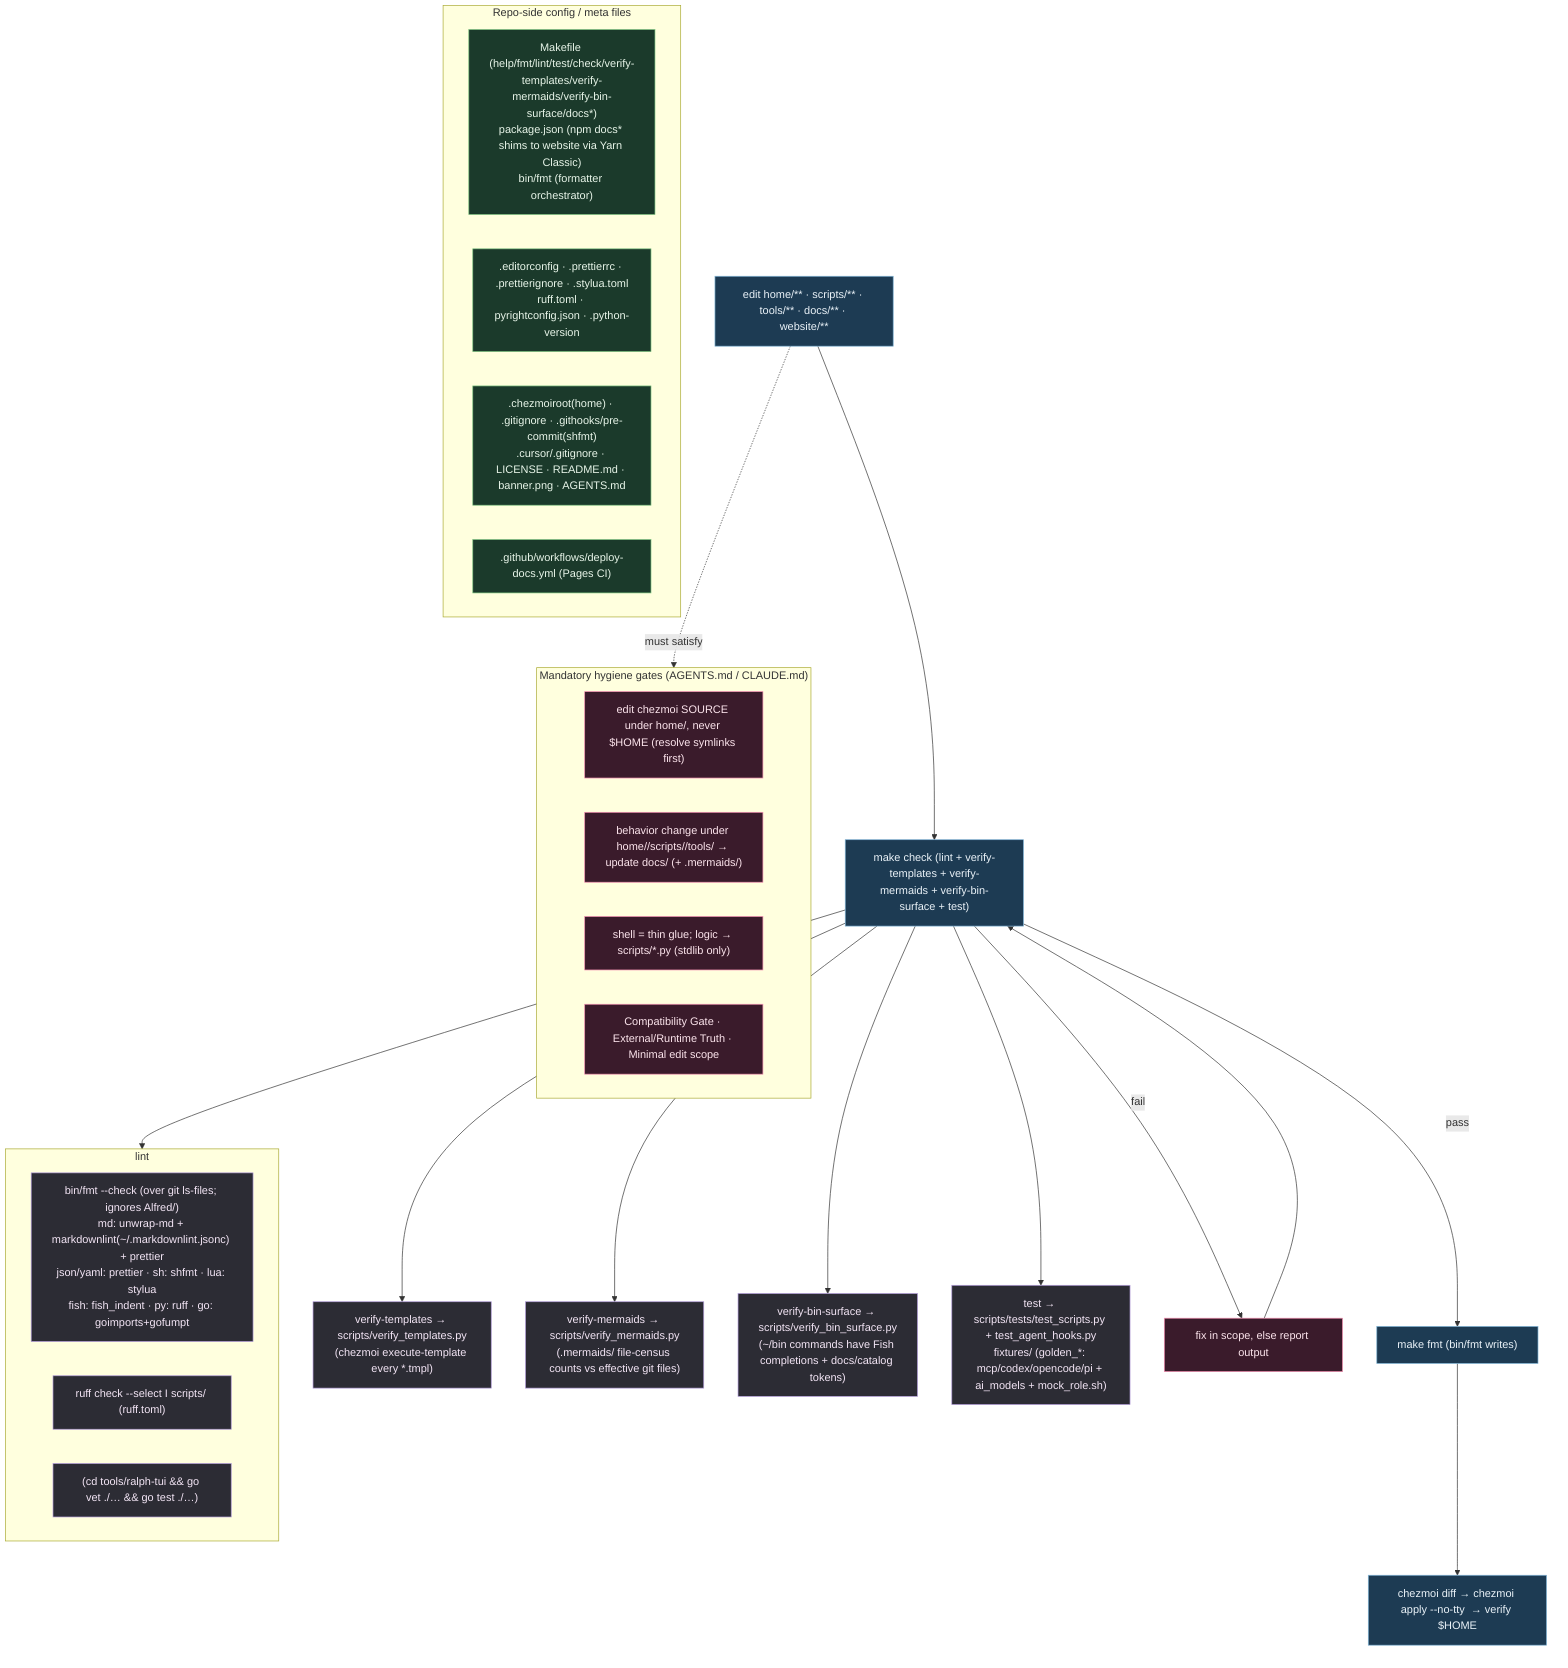
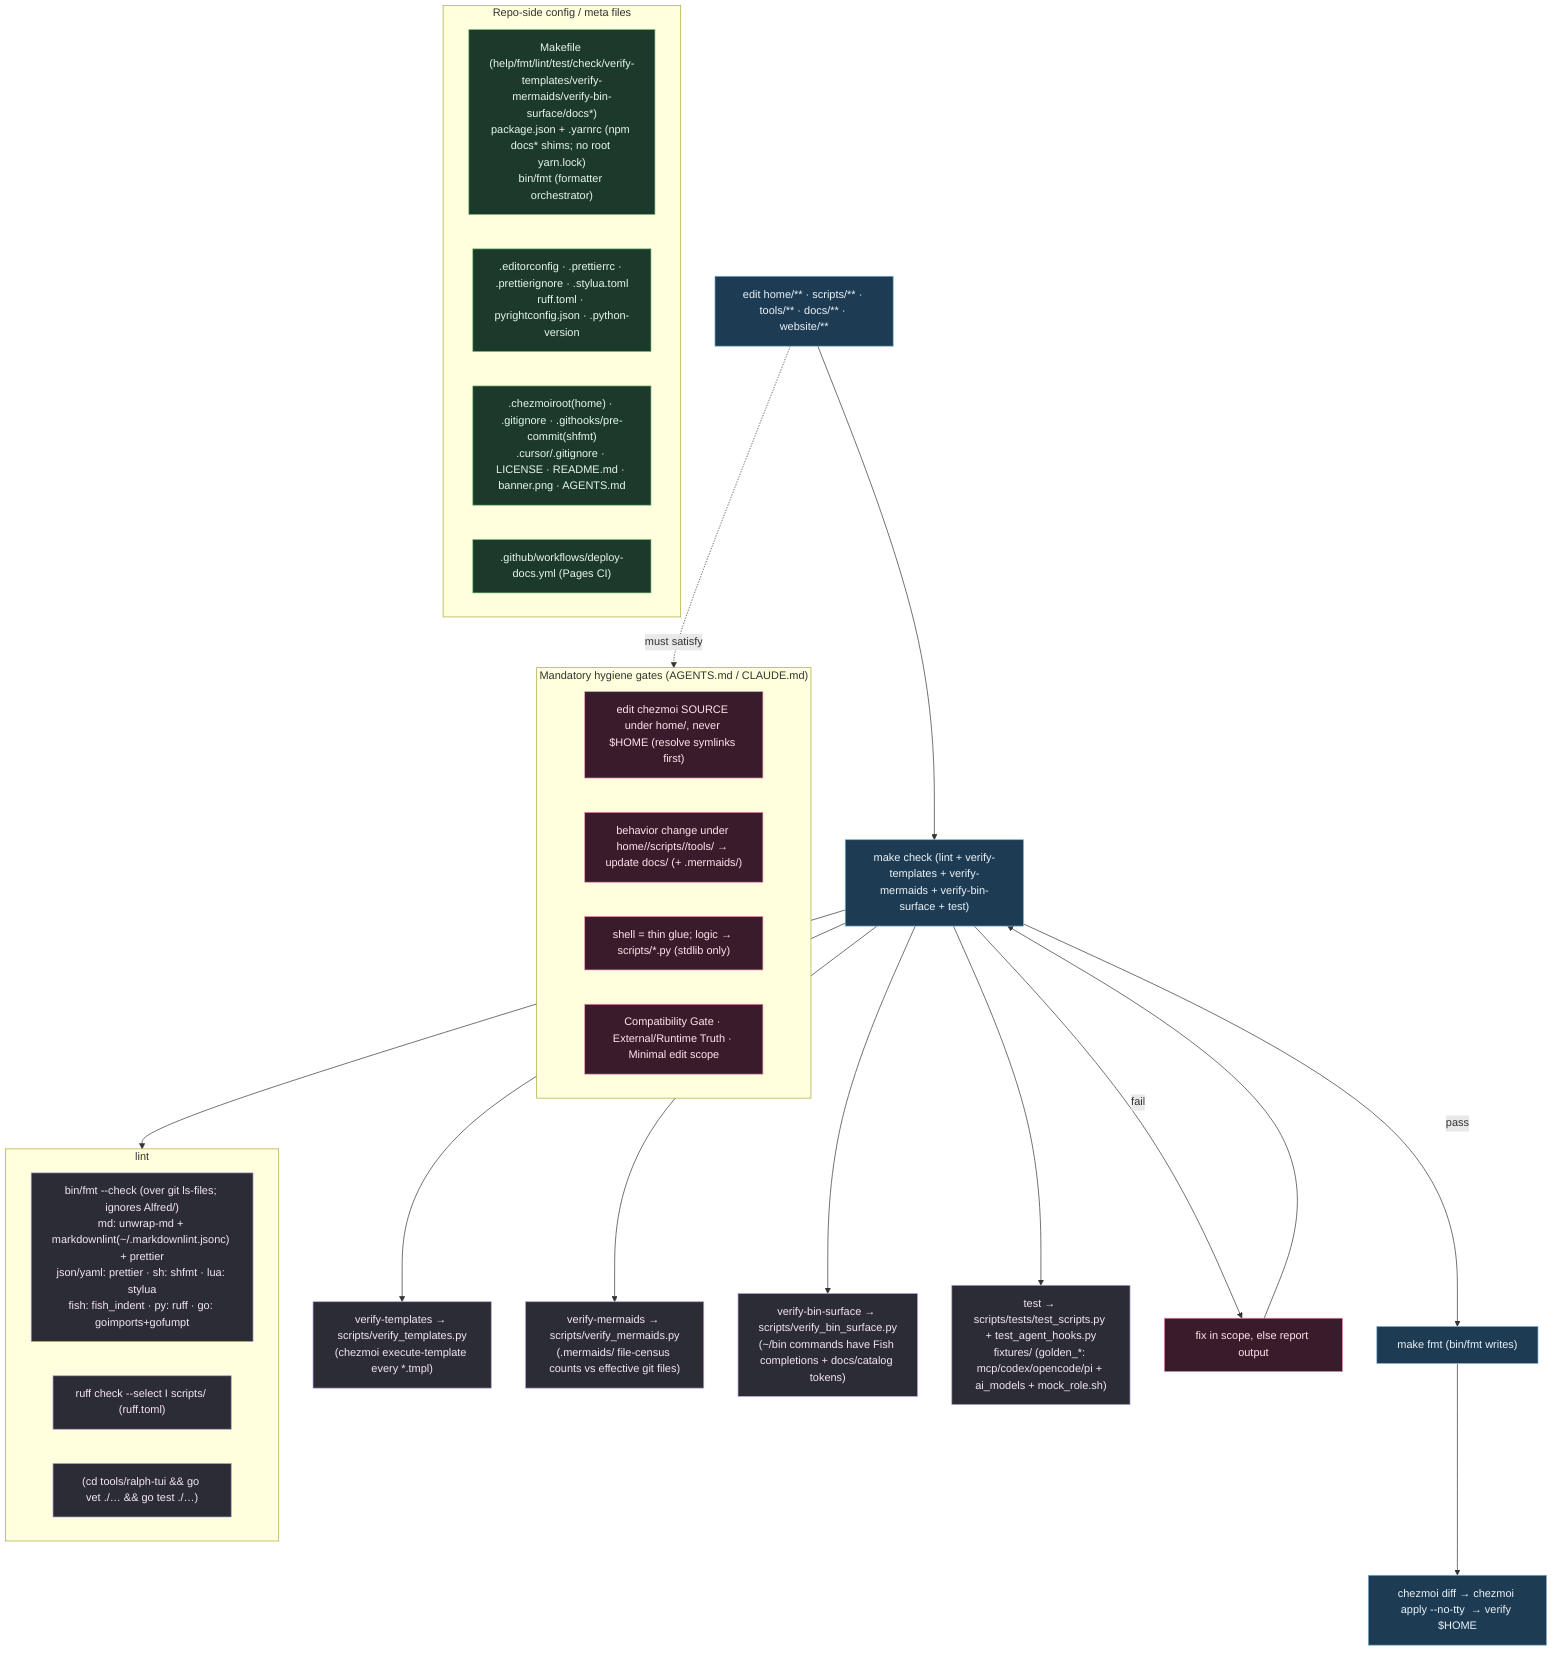
%% ============================================================================
%% 09-repo-validation.mmd — Repo dev loop + every repo-side config/meta file.
%% After every change: `make check` then `make fmt`. bin/fmt operates over
%% `git ls-files` (so .mmd files, having no matched extension, are untouched).
%% ============================================================================
flowchart TD
    classDef mk fill:#1d3b53,stroke:#7fb3d5,color:#eaf2f8;
    classDef tool fill:#2c2c34,stroke:#b39ddb,color:#f3e5f5;
    classDef gate fill:#3a1b2b,stroke:#f48fb1,color:#fce4ec;
    classDef cfg fill:#1b3a2b,stroke:#81c784,color:#e8f5e9;

    EDIT["edit home/** · scripts/** · tools/** · docs/** · website/**"]:::mk --> CHECK["make check (lint + verify-templates + verify-mermaids + verify-bin-surface + test)"]:::mk

    subgraph LINT["lint"]
        FMT["bin/fmt --check (over git ls-files; ignores Alfred/)<br/>md: unwrap-md + markdownlint(~/.markdownlint.jsonc) + prettier<br/>json/yaml: prettier · sh: shfmt · lua: stylua<br/>fish: fish_indent · py: ruff · go: goimports+gofumpt"]:::tool
        RUFFI["ruff check --select I scripts/ (ruff.toml)"]:::tool
        GOV["(cd tools/ralph-tui && go vet ./… && go test ./…)"]:::tool
    end
    VT["verify-templates → scripts/verify_templates.py<br/>(chezmoi execute-template every *.tmpl)"]:::tool
    VM["verify-mermaids → scripts/verify_mermaids.py<br/>(.mermaids/ file-census counts vs effective git files)"]:::tool
    VB["verify-bin-surface → scripts/verify_bin_surface.py<br/>(~/bin commands have Fish completions + docs/catalog tokens)"]:::tool
    TST["test → scripts/tests/test_scripts.py + test_agent_hooks.py<br/>fixtures/ (golden_*: mcp/codex/opencode/pi + ai_models + mock_role.sh)"]:::tool
    CHECK --> LINT & VT & VM & VB & TST

    CHECK -->|fail| FIX["fix in scope, else report output"]:::gate --> CHECK
    CHECK -->|pass| FMTW["make fmt (bin/fmt writes)"]:::mk
    FMTW --> APPLY["chezmoi diff → chezmoi apply --no-tty <target> → verify $HOME"]:::mk

    subgraph CONFIG["Repo-side config / meta files"]
-         C1["Makefile (help/fmt/lint/test/check/verify-templates/verify-mermaids/verify-bin-surface/docs*)<br/>package.json (npm docs* shims to website via Yarn Classic)<br/>bin/fmt (formatter orchestrator)"]:::cfg
+         C1["Makefile (help/fmt/lint/test/check/verify-templates/verify-mermaids/verify-bin-surface/docs*)<br/>package.json + .yarnrc (npm docs* shims; no root yarn.lock)<br/>bin/fmt (formatter orchestrator)"]:::cfg
        C2[".editorconfig · .prettierrc · .prettierignore · .stylua.toml<br/>ruff.toml · pyrightconfig.json · .python-version"]:::cfg
        C3[".chezmoiroot(home) · .gitignore · .githooks/pre-commit(shfmt)<br/>.cursor/.gitignore · LICENSE · README.md · banner.png · AGENTS.md"]:::cfg
        C4[".github/workflows/deploy-docs.yml (Pages CI)"]:::cfg
    end

    subgraph HYG["Mandatory hygiene gates (AGENTS.md / CLAUDE.md)"]
        G1["edit chezmoi SOURCE under home/, never $HOME (resolve symlinks first)"]:::gate
        G2["behavior change under home//scripts//tools/ → update docs/ (+ .mermaids/)"]:::gate
        G3["shell = thin glue; logic → scripts/*.py (stdlib only)"]:::gate
        G4["Compatibility Gate · External/Runtime Truth · Minimal edit scope"]:::gate
    end
    EDIT -.must satisfy.-> HYG
